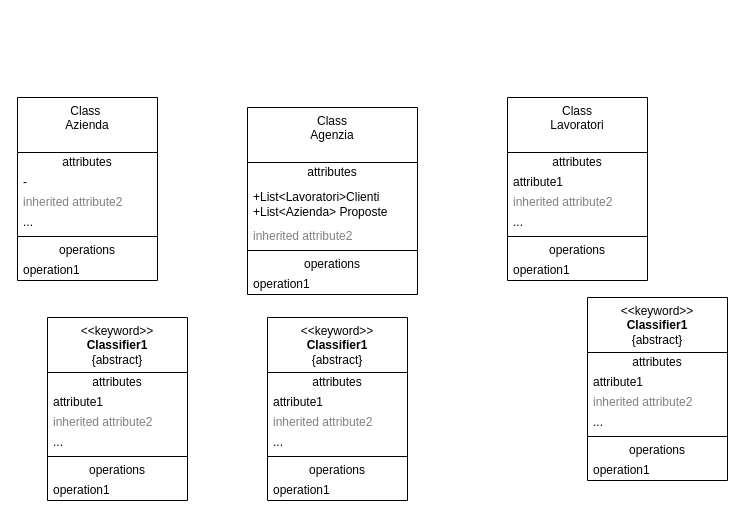
Earlier version of the draw.io diagram es10p33.drawio (markBatti/TPSIT-serio). Source tidied: cells renumbered, new cells numbered last; positions are measured from the earlier drawing's top-left corner, leaving out a move shared by most shapes. Both pictures are drawn from the tidied source at 100%, with x=0, y=0 at pixel (17, 97).
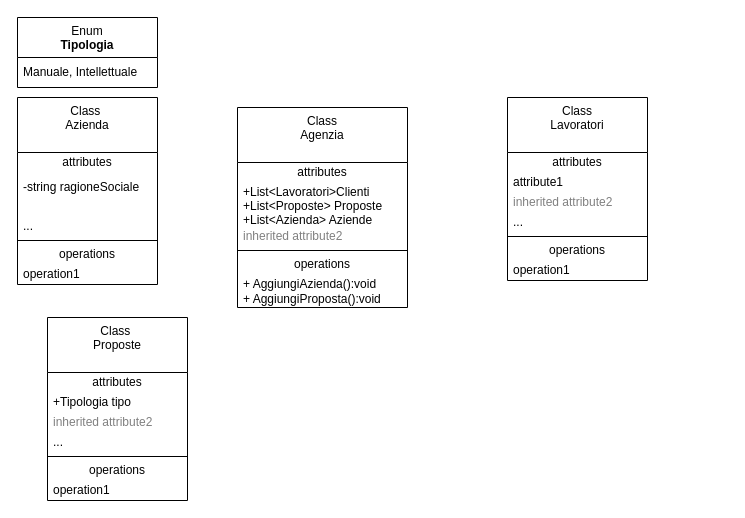
The same diagram, later.

The edit, as a diff of the source:
```diff
@@
     <mxCell id="2" value="Class&amp;nbsp;&lt;div&gt;Azienda&lt;/div&gt;" style="swimlane;fontStyle=0;align=center;verticalAlign=top;horizontal=1;startSize=55;html=1;whiteSpace=wrap;" parent="1" vertex="1">
-      <mxGeometry width="140" height="183" as="geometry" />
+      <mxGeometry width="140" height="187" as="geometry" />
     </mxCell>
@@
-    <mxCell id="4" value="-" style="text;html=1;strokeColor=none;fillColor=none;align=left;verticalAlign=middle;spacingLeft=4;spacingRight=4;overflow=hidden;whiteSpace=wrap;" parent="2" vertex="1">
-      <mxGeometry y="75" width="140" height="20" as="geometry" />
+    <mxCell id="4" value="-string ragioneSociale&lt;div&gt;&lt;br&gt;&lt;/div&gt;" style="text;html=1;strokeColor=none;fillColor=none;align=left;verticalAlign=middle;spacingLeft=4;spacingRight=4;overflow=hidden;whiteSpace=wrap;" parent="2" vertex="1">
+      <mxGeometry y="75" width="140" height="44" as="geometry" />
     </mxCell>
-    <mxCell id="5" value="inherited attribute2" style="text;html=1;strokeColor=none;fillColor=none;align=left;verticalAlign=middle;spacingLeft=4;spacingRight=4;overflow=hidden;fontColor=#808080;whiteSpace=wrap;" parent="2" vertex="1">
-      <mxGeometry y="95" width="140" height="20" as="geometry" />
-    </mxCell>
     <mxCell id="6" value="..." style="text;html=1;strokeColor=none;fillColor=none;align=left;verticalAlign=middle;spacingLeft=4;spacingRight=4;overflow=hidden;whiteSpace=wrap;" parent="2" vertex="1">
-      <mxGeometry y="115" width="140" height="20" as="geometry" />
+      <mxGeometry y="119" width="140" height="20" as="geometry" />
     </mxCell>
     <mxCell id="7" style="line;strokeWidth=1;fillColor=none;align=left;verticalAlign=middle;spacingTop=-1;spacingLeft=3;spacingRight=3;labelPosition=right;" parent="2" vertex="1">
-      <mxGeometry y="135" width="140" height="8" as="geometry" />
+      <mxGeometry y="139" width="140" height="8" as="geometry" />
     </mxCell>
     <mxCell id="8" value="operations" style="text;html=1;strokeColor=none;fillColor=none;align=center;verticalAlign=middle;spacingLeft=4;spacingRight=4;overflow=hidden;whiteSpace=wrap;" parent="2" vertex="1">
-      <mxGeometry y="143" width="140" height="20" as="geometry" />
+      <mxGeometry y="147" width="140" height="20" as="geometry" />
     </mxCell>
     <mxCell id="9" value="operation1" style="text;html=1;strokeColor=none;fillColor=none;align=left;verticalAlign=middle;spacingLeft=4;spacingRight=4;overflow=hidden;whiteSpace=wrap;" parent="2" vertex="1">
-      <mxGeometry y="163" width="140" height="20" as="geometry" />
+      <mxGeometry y="167" width="140" height="20" as="geometry" />
     </mxCell>
-    <mxCell id="10" value="&amp;lt;&amp;lt;keyword&amp;gt;&amp;gt;&lt;br&gt;&lt;b&gt;Classifier1&lt;/b&gt;&lt;br&gt;{abstract}" style="swimlane;fontStyle=0;align=center;verticalAlign=top;horizontal=1;startSize=55;html=1;whiteSpace=wrap;" parent="1" vertex="1">
-      <mxGeometry x="250" y="220" width="140" height="183" as="geometry" />
-    </mxCell>
-    <mxCell id="11" value="attributes" style="text;html=1;strokeColor=none;fillColor=none;align=center;verticalAlign=middle;spacingLeft=4;spacingRight=4;overflow=hidden;whiteSpace=wrap;" parent="10" vertex="1">
-      <mxGeometry y="55" width="140" height="20" as="geometry" />
-    </mxCell>
-    <mxCell id="12" value="attribute1" style="text;html=1;strokeColor=none;fillColor=none;align=left;verticalAlign=middle;spacingLeft=4;spacingRight=4;overflow=hidden;whiteSpace=wrap;" parent="10" vertex="1">
-      <mxGeometry y="75" width="140" height="20" as="geometry" />
-    </mxCell>
-    <mxCell id="13" value="inherited attribute2" style="text;html=1;strokeColor=none;fillColor=none;align=left;verticalAlign=middle;spacingLeft=4;spacingRight=4;overflow=hidden;fontColor=#808080;whiteSpace=wrap;" parent="10" vertex="1">
-      <mxGeometry y="95" width="140" height="20" as="geometry" />
-    </mxCell>
-    <mxCell id="14" value="..." style="text;html=1;strokeColor=none;fillColor=none;align=left;verticalAlign=middle;spacingLeft=4;spacingRight=4;overflow=hidden;whiteSpace=wrap;" parent="10" vertex="1">
-      <mxGeometry y="115" width="140" height="20" as="geometry" />
-    </mxCell>
-    <mxCell id="15" style="line;strokeWidth=1;fillColor=none;align=left;verticalAlign=middle;spacingTop=-1;spacingLeft=3;spacingRight=3;labelPosition=right;" parent="10" vertex="1">
-      <mxGeometry y="135" width="140" height="8" as="geometry" />
-    </mxCell>
-    <mxCell id="16" value="operations" style="text;html=1;strokeColor=none;fillColor=none;align=center;verticalAlign=middle;spacingLeft=4;spacingRight=4;overflow=hidden;whiteSpace=wrap;" parent="10" vertex="1">
-      <mxGeometry y="143" width="140" height="20" as="geometry" />
-    </mxCell>
-    <mxCell id="17" value="operation1" style="text;html=1;strokeColor=none;fillColor=none;align=left;verticalAlign=middle;spacingLeft=4;spacingRight=4;overflow=hidden;whiteSpace=wrap;" parent="10" vertex="1">
-      <mxGeometry y="163" width="140" height="20" as="geometry" />
-    </mxCell>
-    <mxCell id="18" value="&amp;lt;&amp;lt;keyword&amp;gt;&amp;gt;&lt;br&gt;&lt;b&gt;Classifier1&lt;/b&gt;&lt;br&gt;{abstract}" style="swimlane;fontStyle=0;align=center;verticalAlign=top;horizontal=1;startSize=55;html=1;whiteSpace=wrap;" parent="1" vertex="1">
-      <mxGeometry x="570" y="200" width="140" height="183" as="geometry" />
-    </mxCell>
-    <mxCell id="19" value="attributes" style="text;html=1;strokeColor=none;fillColor=none;align=center;verticalAlign=middle;spacingLeft=4;spacingRight=4;overflow=hidden;whiteSpace=wrap;" parent="18" vertex="1">
-      <mxGeometry y="55" width="140" height="20" as="geometry" />
-    </mxCell>
-    <mxCell id="20" value="attribute1" style="text;html=1;strokeColor=none;fillColor=none;align=left;verticalAlign=middle;spacingLeft=4;spacingRight=4;overflow=hidden;whiteSpace=wrap;" parent="18" vertex="1">
-      <mxGeometry y="75" width="140" height="20" as="geometry" />
-    </mxCell>
-    <mxCell id="21" value="inherited attribute2" style="text;html=1;strokeColor=none;fillColor=none;align=left;verticalAlign=middle;spacingLeft=4;spacingRight=4;overflow=hidden;fontColor=#808080;whiteSpace=wrap;" parent="18" vertex="1">
-      <mxGeometry y="95" width="140" height="20" as="geometry" />
-    </mxCell>
-    <mxCell id="22" value="..." style="text;html=1;strokeColor=none;fillColor=none;align=left;verticalAlign=middle;spacingLeft=4;spacingRight=4;overflow=hidden;whiteSpace=wrap;" parent="18" vertex="1">
-      <mxGeometry y="115" width="140" height="20" as="geometry" />
-    </mxCell>
-    <mxCell id="23" style="line;strokeWidth=1;fillColor=none;align=left;verticalAlign=middle;spacingTop=-1;spacingLeft=3;spacingRight=3;labelPosition=right;" parent="18" vertex="1">
-      <mxGeometry y="135" width="140" height="8" as="geometry" />
-    </mxCell>
-    <mxCell id="24" value="operations" style="text;html=1;strokeColor=none;fillColor=none;align=center;verticalAlign=middle;spacingLeft=4;spacingRight=4;overflow=hidden;whiteSpace=wrap;" parent="18" vertex="1">
-      <mxGeometry y="143" width="140" height="20" as="geometry" />
-    </mxCell>
-    <mxCell id="25" value="operation1" style="text;html=1;strokeColor=none;fillColor=none;align=left;verticalAlign=middle;spacingLeft=4;spacingRight=4;overflow=hidden;whiteSpace=wrap;" parent="18" vertex="1">
-      <mxGeometry y="163" width="140" height="20" as="geometry" />
-    </mxCell>
-    <mxCell id="26" value="&amp;lt;&amp;lt;keyword&amp;gt;&amp;gt;&lt;br&gt;&lt;b&gt;Classifier1&lt;/b&gt;&lt;br&gt;{abstract}" style="swimlane;fontStyle=0;align=center;verticalAlign=top;horizontal=1;startSize=55;html=1;whiteSpace=wrap;" parent="1" vertex="1">
+    <mxCell id="26" value="Class&amp;nbsp;&lt;div&gt;Proposte&lt;/div&gt;" style="swimlane;fontStyle=0;align=center;verticalAlign=top;horizontal=1;startSize=55;html=1;whiteSpace=wrap;" parent="1" vertex="1">
       <mxGeometry x="30" y="220" width="140" height="183" as="geometry" />
     </mxCell>
@@
-    <mxCell id="28" value="attribute1" style="text;html=1;strokeColor=none;fillColor=none;align=left;verticalAlign=middle;spacingLeft=4;spacingRight=4;overflow=hidden;whiteSpace=wrap;" parent="26" vertex="1">
+    <mxCell id="28" value="+Tipologia tipo" style="text;html=1;strokeColor=none;fillColor=none;align=left;verticalAlign=middle;spacingLeft=4;spacingRight=4;overflow=hidden;whiteSpace=wrap;" parent="26" vertex="1">
       <mxGeometry y="75" width="140" height="20" as="geometry" />
     </mxCell>
@@
     <mxCell id="42" value="&lt;div&gt;Class&lt;/div&gt;Agenzia" style="swimlane;fontStyle=0;align=center;verticalAlign=top;horizontal=1;startSize=55;html=1;whiteSpace=wrap;" parent="1" vertex="1">
-      <mxGeometry x="230" y="10" width="170" height="187" as="geometry" />
+      <mxGeometry x="220" y="10" width="170" height="200" as="geometry" />
     </mxCell>
@@
-    <mxCell id="44" value="+List&amp;lt;Lavoratori&amp;gt;Clienti&lt;div&gt;+List&amp;lt;Azienda&amp;gt; Proposte&lt;/div&gt;" style="text;html=1;strokeColor=none;fillColor=none;align=left;verticalAlign=middle;spacingLeft=4;spacingRight=4;overflow=hidden;whiteSpace=wrap;" parent="42" vertex="1">
+    <mxCell id="44" value="+List&amp;lt;Lavoratori&amp;gt;Clienti&lt;div&gt;+List&amp;lt;Proposte&amp;gt; Proposte&lt;/div&gt;&lt;div&gt;+List&amp;lt;Azienda&amp;gt; Aziende&lt;/div&gt;" style="text;html=1;strokeColor=none;fillColor=none;align=left;verticalAlign=middle;spacingLeft=4;spacingRight=4;overflow=hidden;whiteSpace=wrap;" parent="42" vertex="1">
       <mxGeometry y="75" width="170" height="44" as="geometry" />
     </mxCell>
@@
-    <mxCell id="48" value="operation1" style="text;html=1;strokeColor=none;fillColor=none;align=left;verticalAlign=middle;spacingLeft=4;spacingRight=4;overflow=hidden;whiteSpace=wrap;" parent="42" vertex="1">
-      <mxGeometry y="167" width="170" height="20" as="geometry" />
+    <mxCell id="48" value="+ AggiungiAzienda():void&lt;div&gt;+ AggiungiProposta():void&lt;/div&gt;" style="text;html=1;strokeColor=none;fillColor=none;align=left;verticalAlign=middle;spacingLeft=4;spacingRight=4;overflow=hidden;whiteSpace=wrap;" parent="42" vertex="1">
+      <mxGeometry y="167" width="170" height="33" as="geometry" />
     </mxCell>
+    <mxCell id="49" value="Enum&lt;div&gt;&lt;b&gt;Tipologia&lt;/b&gt;&lt;/div&gt;" style="swimlane;fontStyle=0;align=center;verticalAlign=top;horizontal=1;startSize=40;html=1;whiteSpace=wrap;" parent="1" vertex="1">
+      <mxGeometry y="-80" width="140" height="70" as="geometry" />
+    </mxCell>
+    <mxCell id="50" value="Manuale, Intellettuale" style="text;html=1;strokeColor=none;fillColor=none;align=left;verticalAlign=middle;spacingLeft=4;spacingRight=4;overflow=hidden;whiteSpace=wrap;" parent="49" vertex="1">
+      <mxGeometry y="40" width="140" height="30" as="geometry" />
+    </mxCell>
```
